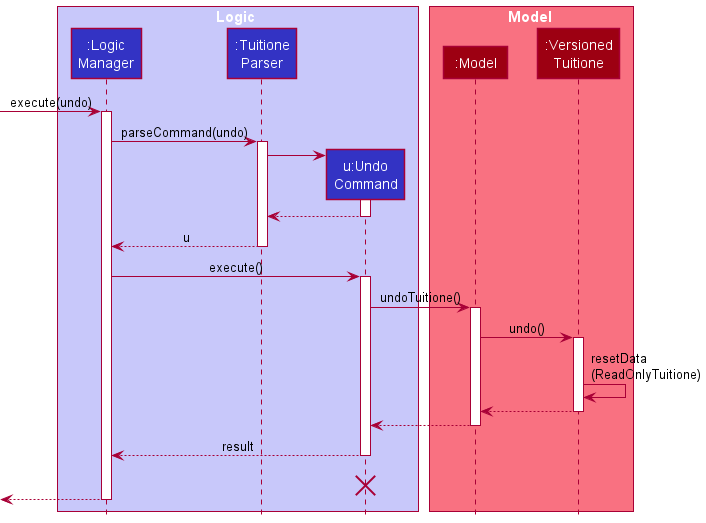
Above: docs/images/DeveloperGuideImage/UndoSequenceDiagram.png in nus-cs2103-AY2122S1/tp (PlantUML), before the change. Its diagram source:
```plantuml
@startuml
!include style.puml

box Logic LOGIC_COLOR_T1
participant ":Logic\nManager" as LogicManager LOGIC_COLOR
participant ":Tuitione\nParser" as TuitioneParser LOGIC_COLOR
participant "u:Undo\nCommand" as UndoCommand LOGIC_COLOR
end box

box Model MODEL_COLOR_T1
participant ":Model" as Model MODEL_COLOR
participant ":Versioned\nTuitione" as VersionedTuitione MODEL_COLOR
end box
[-> LogicManager : execute(undo)
activate LogicManager

LogicManager -> TuitioneParser : parseCommand(undo)
activate TuitioneParser

create UndoCommand
TuitioneParser -> UndoCommand
activate UndoCommand

UndoCommand --> TuitioneParser
deactivate UndoCommand

TuitioneParser --> LogicManager : u
deactivate TuitioneParser

LogicManager -> UndoCommand : execute()
activate UndoCommand

UndoCommand -> Model : undoTuitione()
activate Model

Model -> VersionedTuitione : undo()
activate VersionedTuitione

VersionedTuitione -> VersionedTuitione :resetData\n(ReadOnlyTuitione)
VersionedTuitione --> Model :
deactivate VersionedTuitione

Model --> UndoCommand
deactivate Model

UndoCommand --> LogicManager : result
deactivate UndoCommand
UndoCommand -[hidden]-> LogicManager : result
destroy UndoCommand

[<--LogicManager
deactivate LogicManager
@enduml
```
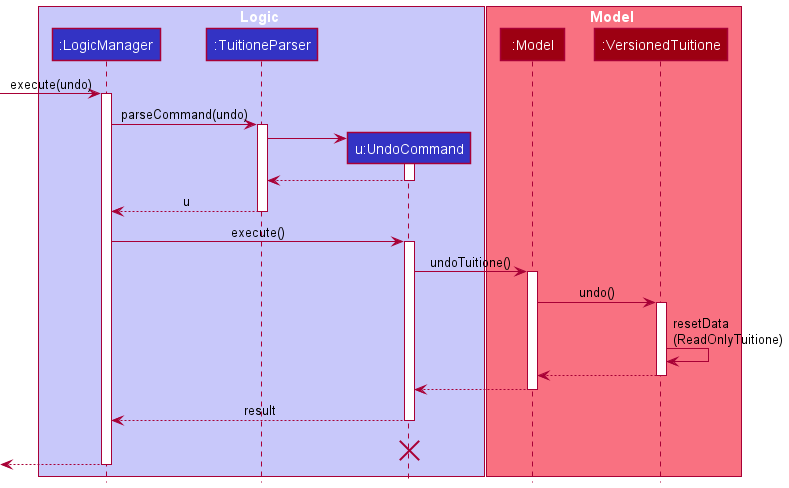
Above is the later version.

Change to the diagram source:
```diff
@@ -2,14 +2,14 @@
 !include style.puml
 
 box Logic LOGIC_COLOR_T1
-participant ":Logic\nManager" as LogicManager LOGIC_COLOR
-participant ":Tuitione\nParser" as TuitioneParser LOGIC_COLOR
-participant "u:Undo\nCommand" as UndoCommand LOGIC_COLOR
+participant ":LogicManager" as LogicManager LOGIC_COLOR
+participant ":TuitioneParser" as TuitioneParser LOGIC_COLOR
+participant "u:UndoCommand" as UndoCommand LOGIC_COLOR
 end box
 
 box Model MODEL_COLOR_T1
 participant ":Model" as Model MODEL_COLOR
-participant ":Versioned\nTuitione" as VersionedTuitione MODEL_COLOR
+participant ":VersionedTuitione" as VersionedTuitione MODEL_COLOR
 end box
 [-> LogicManager : execute(undo)
 activate LogicManager
@@ -37,7 +37,7 @@
 activate VersionedTuitione
 
 VersionedTuitione -> VersionedTuitione :resetData\n(ReadOnlyTuitione)
-VersionedTuitione --> Model :
+VersionedTuitione --> Model
 deactivate VersionedTuitione
 
 Model --> UndoCommand
@@ -45,6 +45,7 @@
 
 UndoCommand --> LogicManager : result
 deactivate UndoCommand
+
 UndoCommand -[hidden]-> LogicManager : result
 destroy UndoCommand
 
```
